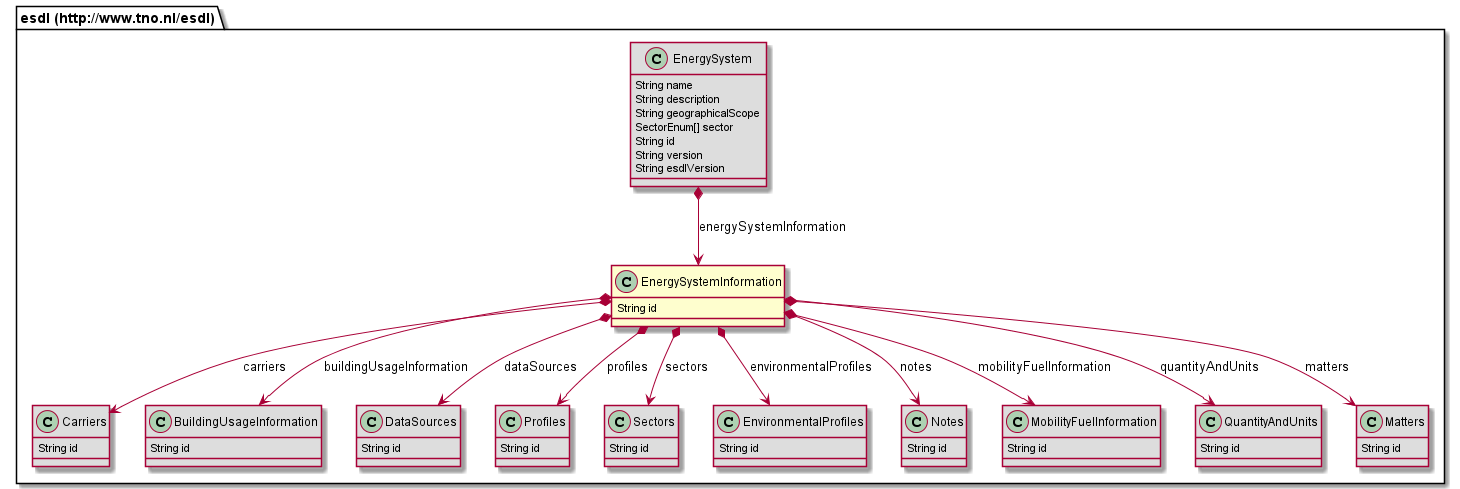
EnergyTransition/energytransition.github.io keeps this PlantUML diagram as 687474703a2f2f7777772e746e6f2e6e6c2f6573646c/EnergySystemInformation.png. Above is the earlier version.
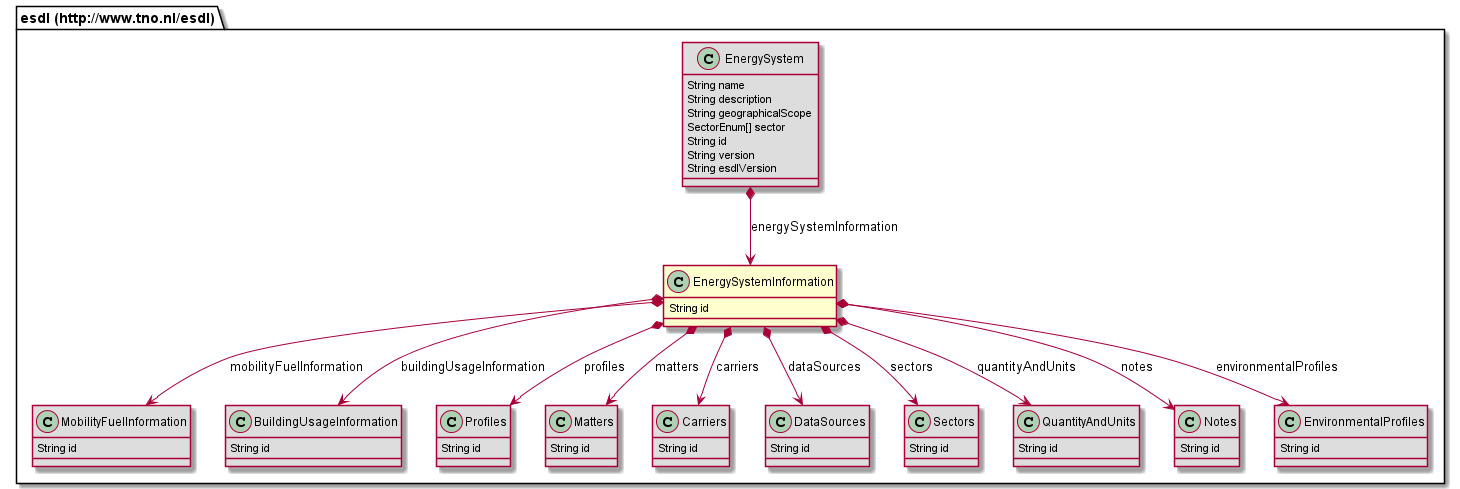
The same file after the commit.

The edit, as a diff of the source:
```diff
@@ -1,32 +1,11 @@
 @startuml
 class "esdl (http://www.tno.nl/esdl).EnergySystemInformation" [[#router/doc-content/687474703a2f2f7777772e746e6f2e6e6c2f6573646c/EnergySystemInformation.html{Describes reusable information of the energy system, that other classes can refer to in this energy system, such as carriers, profiles, data sources, quantity and units.}]] {
-	String id
-}
-class "esdl (http://www.tno.nl/esdl).Carriers" [[#router/doc-content/687474703a2f2f7777772e746e6f2e6e6c2f6573646c/Carriers.html{Collection of carriers as part of the Energy System Information. }]] #DDDDDD {
-	String id
-}
-class "esdl (http://www.tno.nl/esdl).BuildingUsageInformation" [[#router/doc-content/687474703a2f2f7777772e746e6f2e6e6c2f6573646c/BuildingUsageInformation.html{Part of Energy System Information that specifies generic building usage information that can be referenced from multiple individual buildings}]] #DDDDDD {
-	String id
-}
-class "esdl (http://www.tno.nl/esdl).DataSources" [[#router/doc-content/687474703a2f2f7777772e746e6f2e6e6c2f6573646c/DataSources.html{Collection of datasources used in the energy system}]] #DDDDDD {
-	String id
-}
-class "esdl (http://www.tno.nl/esdl).Profiles" [[#router/doc-content/687474703a2f2f7777772e746e6f2e6e6c2f6573646c/Profiles.html{Container for profiles in the Energy System Information where other profiles can refer to}]] #DDDDDD {
-	String id
-}
-class "esdl (http://www.tno.nl/esdl).Sectors" [[#router/doc-content/687474703a2f2f7777772e746e6f2e6e6c2f6573646c/Sectors.html{Collection of sectors. }]] #DDDDDD {
-	String id
-}
-class "esdl (http://www.tno.nl/esdl).EnvironmentalProfiles" [[#router/doc-content/687474703a2f2f7777772e746e6f2e6e6c2f6573646c/EnvironmentalProfiles.html]] #DDDDDD {
-	String id
-}
-class "esdl (http://www.tno.nl/esdl).Notes" [[#router/doc-content/687474703a2f2f7777772e746e6f2e6e6c2f6573646c/Notes.html{Collection of notes that can be added to the map, like postits (with comments in HTML)}]] #DDDDDD {
 	String id
 }
 class "esdl (http://www.tno.nl/esdl).MobilityFuelInformation" [[#router/doc-content/687474703a2f2f7777772e746e6f2e6e6c2f6573646c/MobilityFuelInformation.html{Collection of information about vehicles, fuels and efficiency}]] #DDDDDD {
 	String id
 }
-class "esdl (http://www.tno.nl/esdl).QuantityAndUnits" [[#router/doc-content/687474703a2f2f7777772e746e6f2e6e6c2f6573646c/QuantityAndUnits.html{Collection of QuantityAndUnitTypes defined in the EnergySystemInformation section}]] #DDDDDD {
+class "esdl (http://www.tno.nl/esdl).BuildingUsageInformation" [[#router/doc-content/687474703a2f2f7777772e746e6f2e6e6c2f6573646c/BuildingUsageInformation.html{Part of Energy System Information that specifies generic building usage information that can be referenced from multiple individual buildings}]] #DDDDDD {
 	String id
 }
 class "esdl (http://www.tno.nl/esdl).EnergySystem" [[#router/doc-content/687474703a2f2f7777772e746e6f2e6e6c2f6573646c/EnergySystem.html{This is the main class to describe an EnergySystem in ESDL. }]] #DDDDDD {
@@ -38,9 +17,31 @@
 	String version
 	String esdlVersion
 }
+class "esdl (http://www.tno.nl/esdl).Profiles" [[#router/doc-content/687474703a2f2f7777772e746e6f2e6e6c2f6573646c/Profiles.html{Container for profiles in the Energy System Information where other profiles can refer to}]] #DDDDDD {
+	String id
+}
 class "esdl (http://www.tno.nl/esdl).Matters" [[#router/doc-content/687474703a2f2f7777772e746e6f2e6e6c2f6573646c/Matters.html]] #DDDDDD {
 	String id
 }
+class "esdl (http://www.tno.nl/esdl).Carriers" [[#router/doc-content/687474703a2f2f7777772e746e6f2e6e6c2f6573646c/Carriers.html{Collection of carriers as part of the Energy System Information. }]] #DDDDDD {
+	String id
+}
+class "esdl (http://www.tno.nl/esdl).DataSources" [[#router/doc-content/687474703a2f2f7777772e746e6f2e6e6c2f6573646c/DataSources.html{Collection of datasources used in the energy system}]] #DDDDDD {
+	String id
+}
+class "esdl (http://www.tno.nl/esdl).Sectors" [[#router/doc-content/687474703a2f2f7777772e746e6f2e6e6c2f6573646c/Sectors.html{Collection of sectors. }]] #DDDDDD {
+	String id
+}
+class "esdl (http://www.tno.nl/esdl).QuantityAndUnits" [[#router/doc-content/687474703a2f2f7777772e746e6f2e6e6c2f6573646c/QuantityAndUnits.html{Collection of QuantityAndUnitTypes defined in the EnergySystemInformation section}]] #DDDDDD {
+	String id
+}
+class "esdl (http://www.tno.nl/esdl).Notes" [[#router/doc-content/687474703a2f2f7777772e746e6f2e6e6c2f6573646c/Notes.html{Collection of notes that can be added to the map, like postits (with comments in HTML)}]] #DDDDDD {
+	String id
+}
+class "esdl (http://www.tno.nl/esdl).EnvironmentalProfiles" [[#router/doc-content/687474703a2f2f7777772e746e6f2e6e6c2f6573646c/EnvironmentalProfiles.html]] #DDDDDD {
+	String id
+}
+"esdl (http://www.tno.nl/esdl).EnergySystem" *--> "esdl (http://www.tno.nl/esdl).EnergySystemInformation" : energySystemInformation
 "esdl (http://www.tno.nl/esdl).EnergySystemInformation" *--> "esdl (http://www.tno.nl/esdl).Carriers" : carriers
 "esdl (http://www.tno.nl/esdl).EnergySystemInformation" *--> "esdl (http://www.tno.nl/esdl).Profiles" : profiles
 "esdl (http://www.tno.nl/esdl).EnergySystemInformation" *--> "esdl (http://www.tno.nl/esdl).DataSources" : dataSources
@@ -51,5 +52,4 @@
 "esdl (http://www.tno.nl/esdl).EnergySystemInformation" *--> "esdl (http://www.tno.nl/esdl).Notes" : notes
 "esdl (http://www.tno.nl/esdl).EnergySystemInformation" *--> "esdl (http://www.tno.nl/esdl).Matters" : matters
 "esdl (http://www.tno.nl/esdl).EnergySystemInformation" *--> "esdl (http://www.tno.nl/esdl).EnvironmentalProfiles" : environmentalProfiles
-"esdl (http://www.tno.nl/esdl).EnergySystem" *--> "esdl (http://www.tno.nl/esdl).EnergySystemInformation" : energySystemInformation
 @enduml
```
